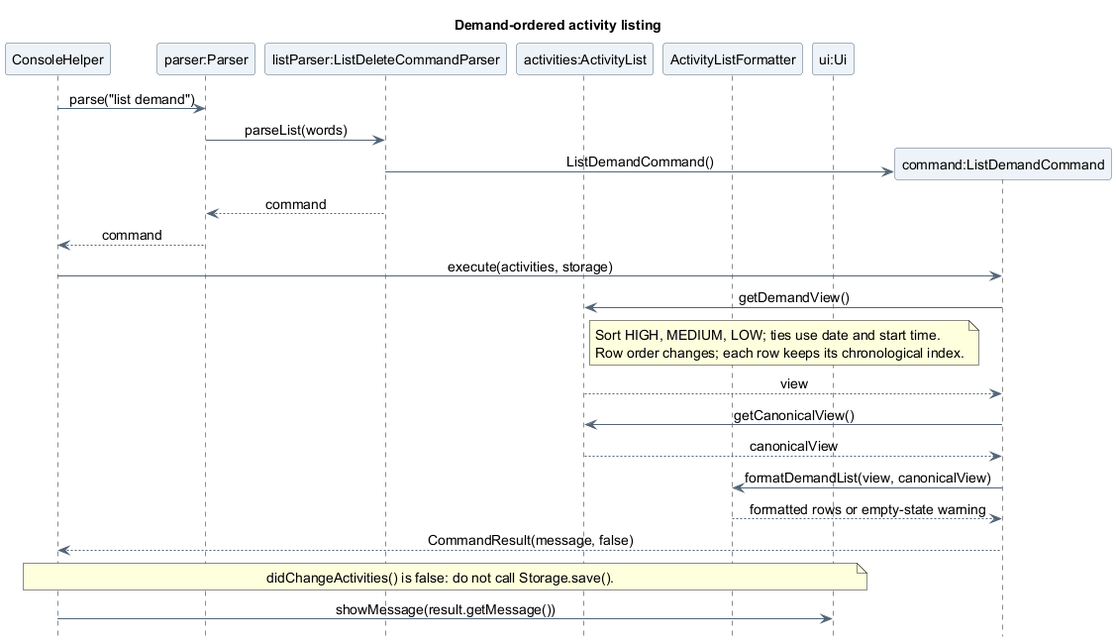
Earlier version of the PlantUML export docs/images/asyraf/sequence/ListDemandSequence.png (AY2627S1-CS2113-T10-4/tp).
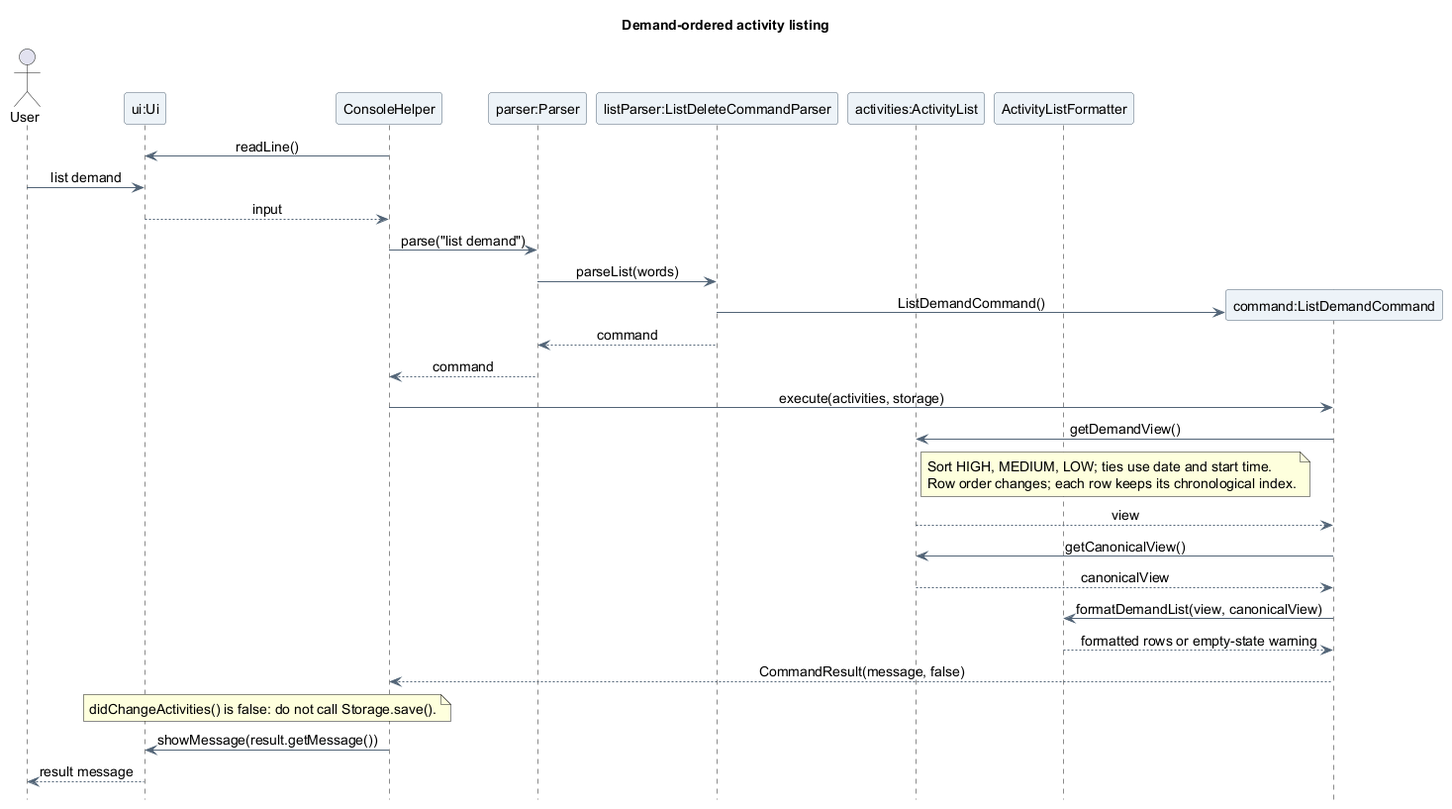
After the change.

Diff of the diagram source:
```diff
@@ -10,12 +10,17 @@
 skinparam sequenceMessageAlign center
 hide footbox
 
+actor "User" as User
+participant "ui:Ui" as UI
 participant "ConsoleHelper" as Console
 participant "parser:Parser" as Parser
 participant "listParser:ListDeleteCommandParser" as ListParser
 participant "activities:ActivityList" as Activities
 participant "ActivityListFormatter" as Formatter
-participant "ui:Ui" as UI
+
+Console -> UI : readLine()
+User -> UI : list demand
+UI --> Console : input
 
 Console -> Parser : parse("list demand")
 Parser -> ListParser : parseList(words)
@@ -39,4 +44,5 @@
   didChangeActivities() is false: do not call Storage.save().
 end note
 Console -> UI : showMessage(result.getMessage())
+UI --> User : result message
 @enduml
```
